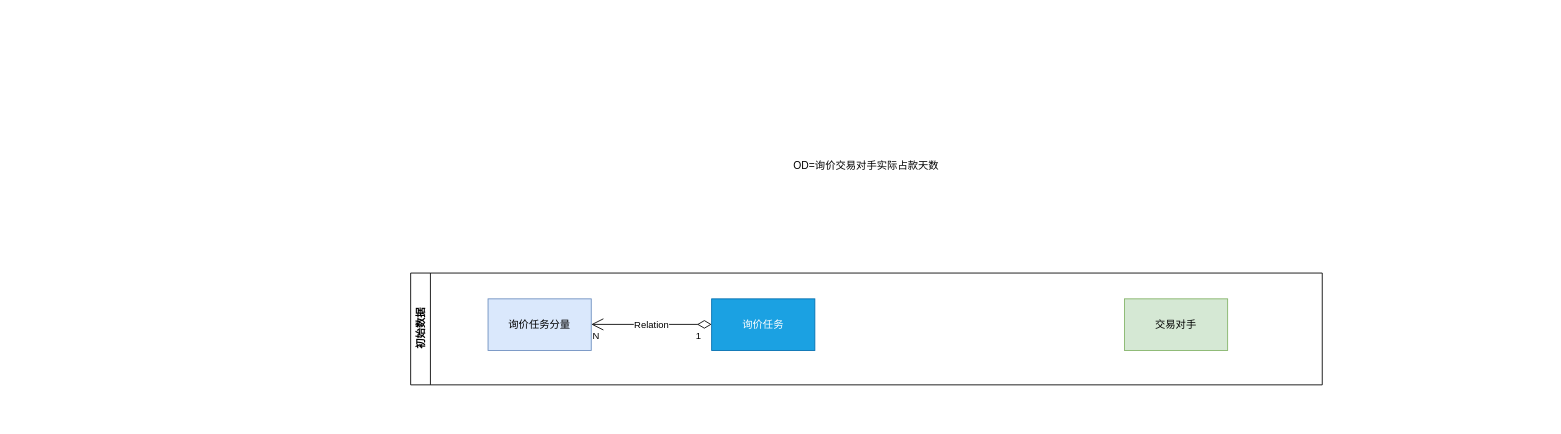
happinessandlove/Pic keeps this draw.io diagram as drawio/逆回购自动分户.drawio. Above is the earlier version. Source tidied: cells renumbered, new cells numbered last; positions are measured from the earlier drawing's top-left corner, leaving out a move shared by most shapes. Both pictures are drawn from the tidied source at 86%, with x=0, y=0 at pixel (410, 152).
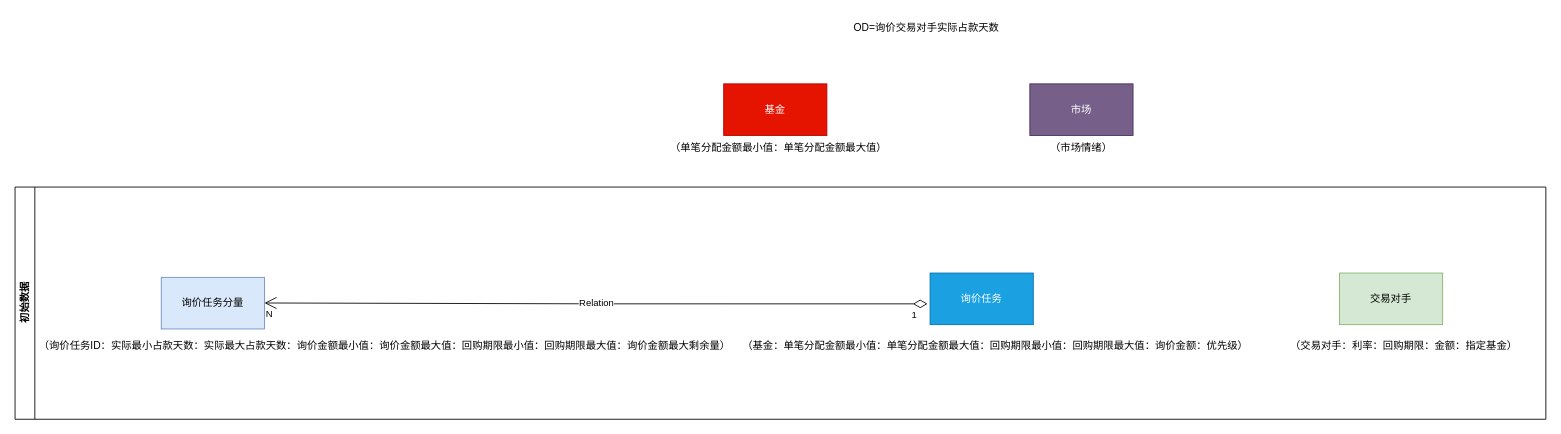
Above is the later version.

Commit message (it also covers changes not shown here):
更新逆回购自动分户.drawio

Diff of the diagram source:
```diff
@@
 <mxGraphModel>
   <root>
     <mxCell id="0" />
     <mxCell id="1" parent="0" />
     <mxCell id="2" value="OD=询价交易对手实际占款天数&lt;br&gt;" style="text;html=1;strokeColor=none;fillColor=none;align=center;verticalAlign=middle;whiteSpace=wrap;rounded=0;" parent="1" vertex="1">
-      <mxGeometry x="420" width="220" height="30" as="geometry" />
+      <mxGeometry x="490" y="-160" width="220" height="30" as="geometry" />
     </mxCell>
+    <mxCell id="9" value="初始数据" style="swimlane;horizontal=0;whiteSpace=wrap;html=1;" parent="1" vertex="1">
+      <mxGeometry x="-460" y="40" width="1780" height="270" as="geometry" />
+    </mxCell>
+    <mxCell id="10" value="（基金：单笔分配金额最小值：单笔分配金额最大值：回购期限最小值：回购期限最大值：询价金额：优先级）" style="text;html=1;strokeColor=none;fillColor=none;align=center;verticalAlign=middle;whiteSpace=wrap;rounded=0;" parent="9" vertex="1">
+      <mxGeometry x="840" y="170" width="600" height="30" as="geometry" />
+    </mxCell>
+    <mxCell id="8" value="交易对手" style="rounded=0;whiteSpace=wrap;html=1;fillColor=#d5e8d4;strokeColor=#82b366;" parent="9" vertex="1">
+      <mxGeometry x="1540" y="100" width="120" height="60" as="geometry" />
+    </mxCell>
+    <mxCell id="11" value="（交易对手：利率：回购期限：金额：指定基金）" style="text;html=1;strokeColor=none;fillColor=none;align=center;verticalAlign=middle;whiteSpace=wrap;rounded=0;" parent="9" vertex="1">
+      <mxGeometry x="1460" y="170" width="310" height="30" as="geometry" />
+    </mxCell>
-    <mxCell id="3" value="询价任务" style="rounded=0;whiteSpace=wrap;html=1;fillColor=#1ba1e2;strokeColor=#006EAF;fontColor=#ffffff;" parent="1" vertex="1">
-      <mxGeometry x="350" y="170" width="120" height="60" as="geometry" />
+    <mxCell id="3" value="询价任务" style="rounded=0;whiteSpace=wrap;html=1;fillColor=#1ba1e2;strokeColor=#006EAF;fontColor=#ffffff;" parent="9" vertex="1">
+      <mxGeometry x="1064" y="100" width="120" height="60" as="geometry" />
     </mxCell>
+    <mxCell id="7" value="询价任务分量" style="rounded=0;whiteSpace=wrap;html=1;fillColor=#dae8fc;strokeColor=#6c8ebf;" parent="9" vertex="1">
+      <mxGeometry x="170" y="105" width="120" height="60" as="geometry" />
+    </mxCell>
-    <mxCell id="4" value="Relation" style="endArrow=open;html=1;endSize=12;startArrow=diamondThin;startSize=14;startFill=0;edgeStyle=orthogonalEdgeStyle;rounded=0;entryX=1;entryY=0.5;entryDx=0;entryDy=0;" parent="1" edge="1">
+    <mxCell id="4" value="Relation" style="endArrow=open;html=1;endSize=12;startArrow=diamondThin;startSize=14;startFill=0;edgeStyle=orthogonalEdgeStyle;rounded=0;entryX=1;entryY=0.5;entryDx=0;entryDy=0;exitX=-0.025;exitY=0.597;exitDx=0;exitDy=0;exitPerimeter=0;" parent="9" edge="1" source="3">
       <mxGeometry relative="1" as="geometry">
-        <mxPoint x="350" y="199.7" as="sourcePoint" />
-        <mxPoint x="210" y="199.7" as="targetPoint" />
+        <mxPoint x="290" y="134.8" as="targetPoint" />
       </mxGeometry>
     </mxCell>
     <mxCell id="5" value="1" style="edgeLabel;html=1;align=left;verticalAlign=top;" parent="4" vertex="1">
       <mxGeometry x="-1" relative="1" as="geometry">
         <mxPoint x="-20" as="offset" />
       </mxGeometry>
     </mxCell>
     <mxCell id="6" value="N" style="edgeLabel;html=1;align=right;verticalAlign=top;" parent="4" vertex="1">
       <mxGeometry x="1" relative="1" as="geometry">
         <mxPoint x="10" as="offset" />
       </mxGeometry>
     </mxCell>
-    <mxCell id="7" value="询价任务分量" style="rounded=0;whiteSpace=wrap;html=1;fillColor=#dae8fc;strokeColor=#6c8ebf;" parent="1" vertex="1">
-      <mxGeometry x="90" y="170" width="120" height="60" as="geometry" />
-    </mxCell>
-    <mxCell id="8" value="交易对手" style="rounded=0;whiteSpace=wrap;html=1;fillColor=#d5e8d4;strokeColor=#82b366;" parent="1" vertex="1">
-      <mxGeometry x="830" y="170" width="120" height="60" as="geometry" />
-    </mxCell>
-    <mxCell id="9" value="初始数据" style="swimlane;horizontal=0;whiteSpace=wrap;html=1;" parent="1" vertex="1">
-      <mxGeometry y="140" width="1060" height="130" as="geometry" />
-    </mxCell>
+    <mxCell id="12" value="（询价任务ID：实际最小占款天数：实际最大占款天数：询价金额最小值：询价金额最大值：回购期限最小值：回购期限最大值：询价金额最大剩余量）" style="text;html=1;strokeColor=none;fillColor=none;align=center;verticalAlign=middle;whiteSpace=wrap;rounded=0;" parent="9" vertex="1">
+      <mxGeometry x="20" y="170" width="820" height="30" as="geometry" />
+    </mxCell>
+    <mxCell id="13" value="基金" style="rounded=0;whiteSpace=wrap;html=1;fillColor=#e51400;fontColor=#ffffff;strokeColor=#B20000;" parent="1" vertex="1">
+      <mxGeometry x="364" y="-80" width="120" height="60" as="geometry" />
+    </mxCell>
+    <mxCell id="14" value="市场" style="rounded=0;whiteSpace=wrap;html=1;fillColor=#76608a;fontColor=#ffffff;strokeColor=#432D57;" parent="1" vertex="1">
+      <mxGeometry x="720" y="-80" width="120" height="60" as="geometry" />
+    </mxCell>
+    <mxCell id="15" value="（市场情绪）" style="text;html=1;strokeColor=none;fillColor=none;align=center;verticalAlign=middle;whiteSpace=wrap;rounded=0;" parent="1" vertex="1">
+      <mxGeometry x="740" y="-20" width="80" height="30" as="geometry" />
+    </mxCell>
+    <mxCell id="16" value="（单笔分配金额最小值：单笔分配金额最大值）" style="text;html=1;strokeColor=none;fillColor=none;align=center;verticalAlign=middle;whiteSpace=wrap;rounded=0;" parent="1" vertex="1">
+      <mxGeometry x="260" y="-20" width="336" height="30" as="geometry" />
+    </mxCell>
   </root>
 </mxGraphModel>
```
